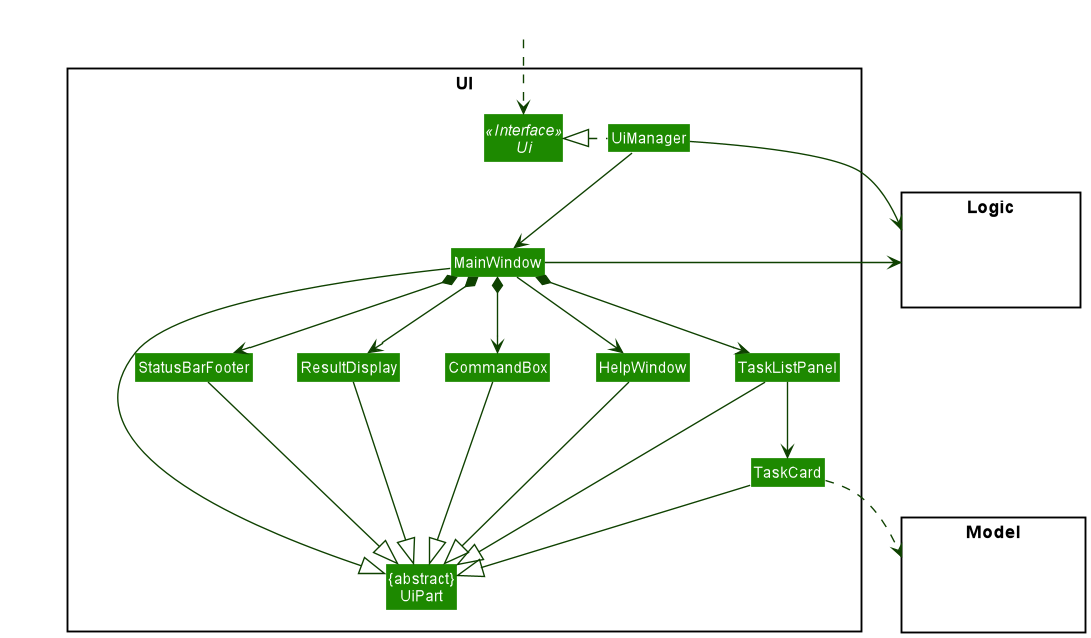
The PlantUML diagram docs/images/UiClassDiagram.png in nus-cs2103-AY2021S2/tp, before a commit.
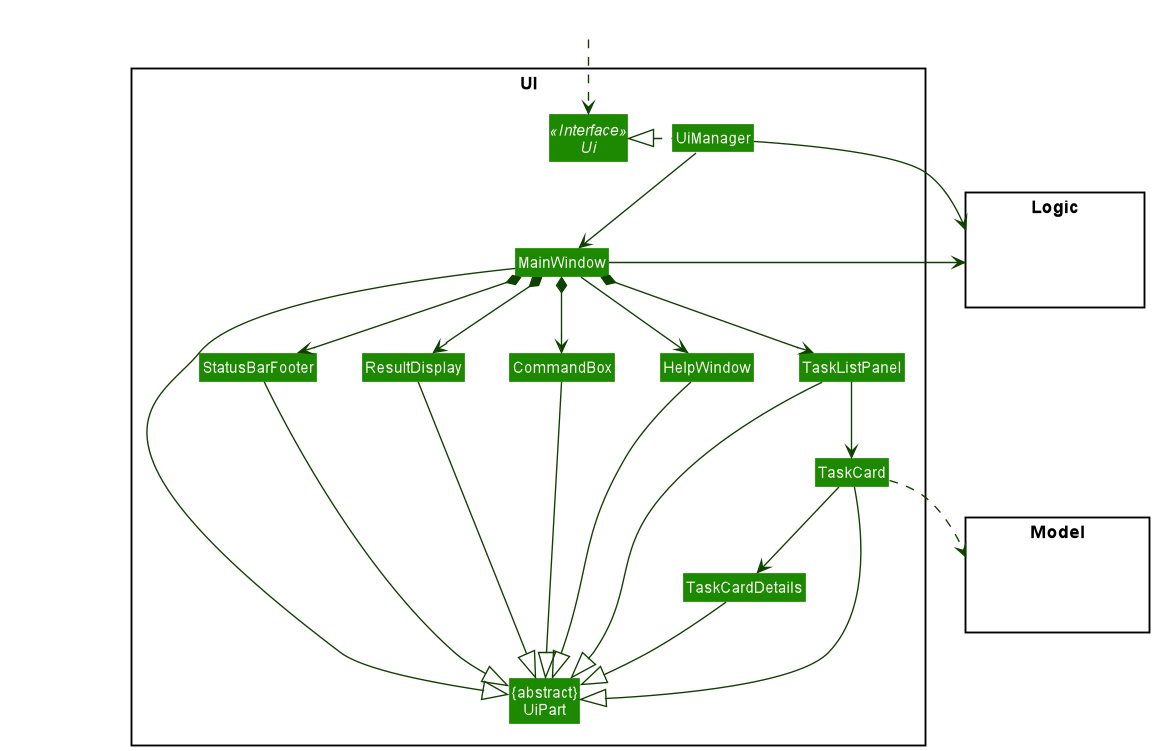
Above is the later version.

What changed in the source:
```diff
@@ -13,6 +13,7 @@
 Class ResultDisplay
 Class TaskListPanel
 Class TaskCard
+Class TaskCardDetails
 Class StatusBarFooter
 Class CommandBox
 }
@@ -37,6 +38,7 @@
 MainWindow *-down-> StatusBarFooter
 
 TaskListPanel -down-> TaskCard
+TaskCard -down-> TaskCardDetails
 
 MainWindow -left-|> UiPart
 
@@ -44,6 +46,7 @@
 CommandBox --|> UiPart
 TaskListPanel --|> UiPart
 TaskCard --|> UiPart
+TaskCardDetails --|> UiPart
 StatusBarFooter --|> UiPart
 HelpWindow -down-|> UiPart
 
```
